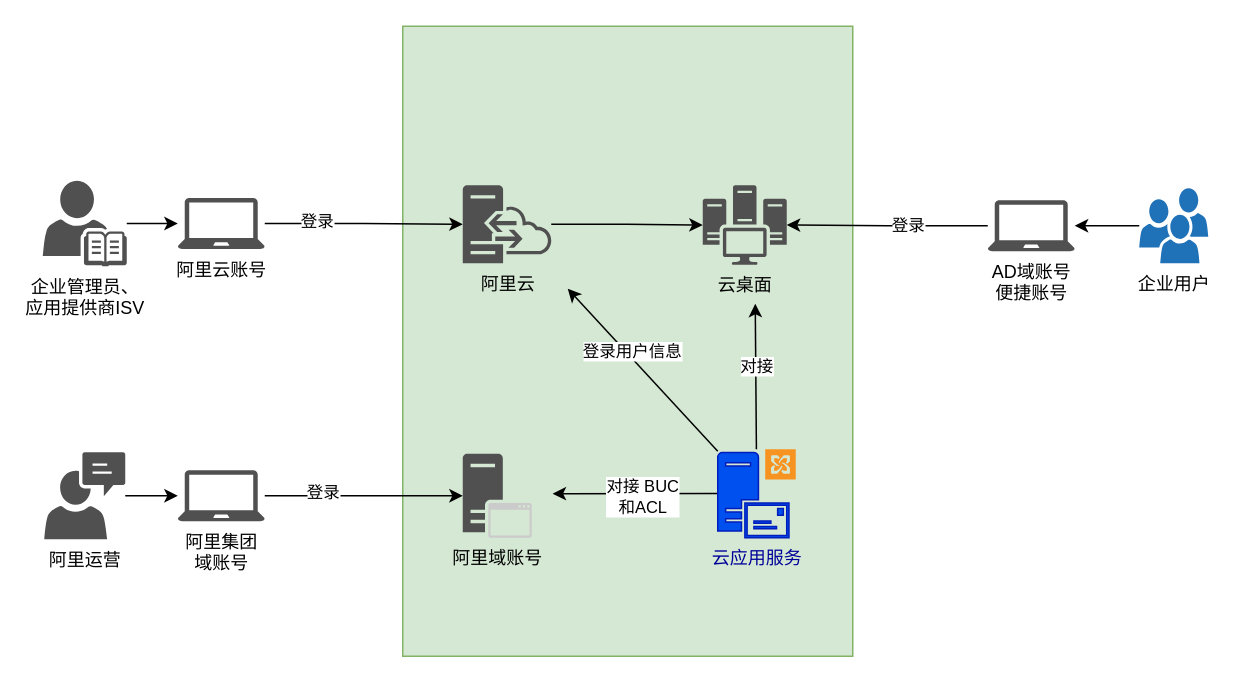
chenkangzeng/appstreaming keeps this draw.io diagram as login/appacounts.drawio. Above is the earlier version. Source tidied: cells renumbered, new cells numbered last; positions are measured from the earlier drawing's top-left corner, leaving out a move shared by most shapes. Both pictures are drawn from the tidied source at 150%, with x=0, y=0 at pixel (42, 26).
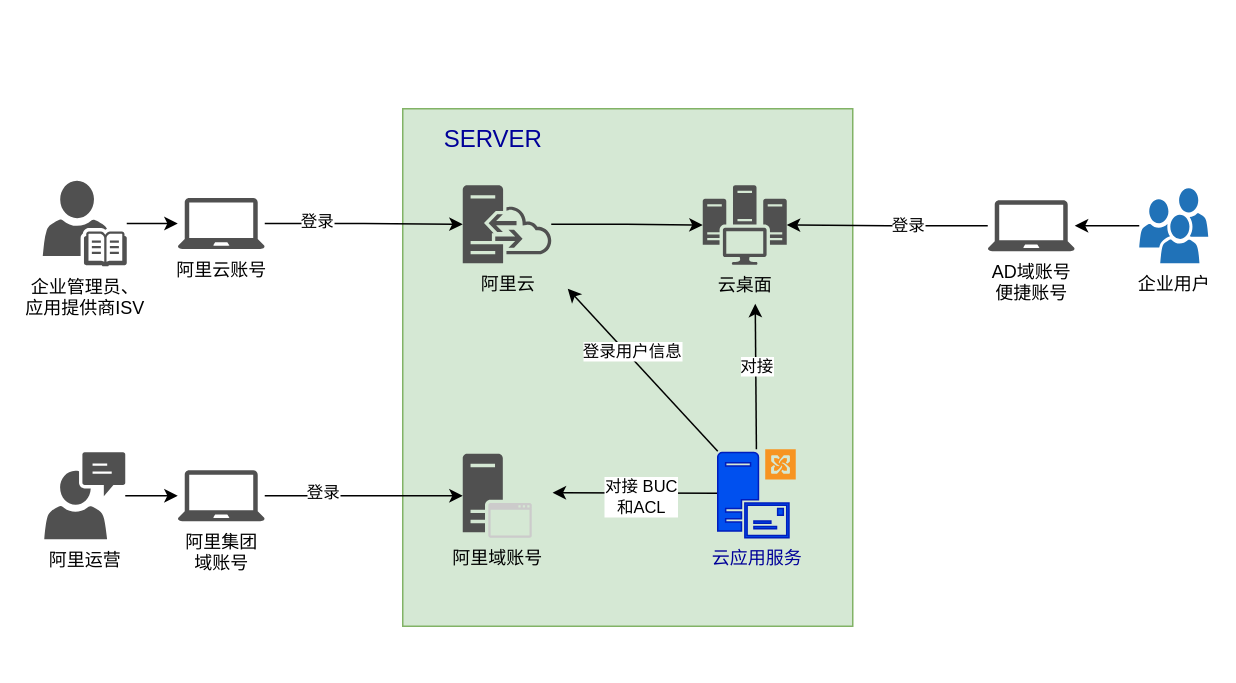
After the change.

The edit, as a diff of the source:
```diff
@@
     <mxCell id="2" style="rounded=0;whiteSpace=wrap;html=1;fillColor=#d5e8d4;strokeColor=#82b366;" parent="1" vertex="1">
-      <mxGeometry x="240" width="300" height="420" as="geometry" />
+      <mxGeometry x="240" y="55" width="300" height="345" as="geometry" />
     </mxCell>
@@
+    <mxCell id="29" value="SERVER" style="text;html=1;align=center;verticalAlign=middle;strokeColor=none;fontColor=#000099;fontSize=16;" parent="1" vertex="1">
+      <mxGeometry x="260" y="65" width="80" height="20" as="geometry" />
+    </mxCell>
```
